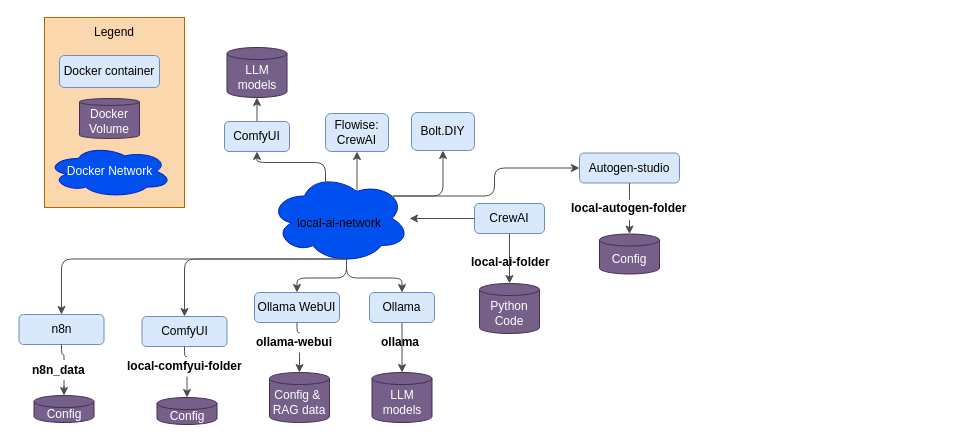
This is docs/overview.drawio from miman/docker-local-ai, a draw.io file, before an edit. Source tidied: cells renumbered, new cells numbered last; positions are measured from the earlier drawing's top-left corner, leaving out a move shared by most shapes. Both pictures are drawn from the tidied source at 100%, with x=0, y=0 at pixel (19, 17).
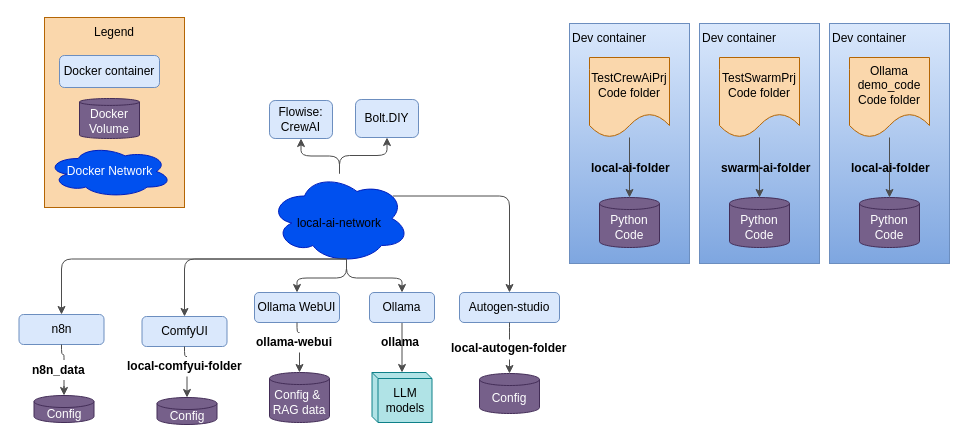
Above is the later version.

The change refers to these unchanged cells:
```xml
<mxCell id="11" style="ellipse;shape=cloud;whiteSpace=wrap;html=1;align=left;fillColor=#0050ef;fontColor=#ffffff;strokeColor=#001DBC;" parent="1" vertex="1">
  <mxGeometry x="250" y="156" width="140" height="90" as="geometry" />
</mxCell>
```

What changed in the source:
```diff
@@
+    <mxCell id="55" style="rounded=0;whiteSpace=wrap;html=1;fillColor=#dae8fc;strokeColor=#6c8ebf;gradientColor=#7ea6e0;" parent="1" vertex="1">
+      <mxGeometry x="550" y="6" width="120" height="240" as="geometry" />
+    </mxCell>
@@
-    <mxCell id="5" style="edgeStyle=orthogonalEdgeStyle;html=1;entryX=0.5;entryY=0;entryDx=0;entryDy=0;entryPerimeter=0;strokeColor=#4D4D4D;labelBackgroundColor=none;fontColor=#000000;" parent="1" edge="1" source="7" target="8">
+    <mxCell id="5" style="edgeStyle=orthogonalEdgeStyle;html=1;entryX=0.5;entryY=0;entryDx=0;entryDy=0;entryPerimeter=0;strokeColor=#4D4D4D;labelBackgroundColor=none;fontColor=#000000;" parent="1" edge="1" source="57" target="8">
       <mxGeometry y="40" relative="1" as="geometry" />
     </mxCell>
@@
-    <mxCell id="7" value="CrewAI" style="rounded=1;whiteSpace=wrap;html=1;fillColor=#dae8fc;strokeColor=#6c8ebf;fontColor=#000000;" parent="1" vertex="1">
-      <mxGeometry x="455" y="186" width="70" height="30" as="geometry" />
-    </mxCell>
     <mxCell id="8" value="Python Code" style="shape=cylinder3;whiteSpace=wrap;html=1;boundedLbl=1;backgroundOutline=1;size=6.010398864746094;fillColor=#76608a;fontColor=#ffffff;strokeColor=#432D57;" parent="1" vertex="1">
-      <mxGeometry x="460" y="266" width="60" height="50" as="geometry" />
+      <mxGeometry x="580" y="180" width="60" height="50" as="geometry" />
     </mxCell>
-    <mxCell id="9" value="LLM models" style="shape=cylinder3;whiteSpace=wrap;html=1;boundedLbl=1;backgroundOutline=1;size=6.010398864746094;fillColor=#76608a;fontColor=#ffffff;strokeColor=#432D57;" parent="1" vertex="1">
+    <mxCell id="9" value="LLM models" style="shape=cube;whiteSpace=wrap;html=1;boundedLbl=1;backgroundOutline=1;size=6.010398864746094;fillColor=#b0e3e6;strokeColor=#0e8088;" parent="1" vertex="1">
       <mxGeometry x="352.5" y="355" width="60" height="50" as="geometry" />
     </mxCell>
     <mxCell id="10" value="&lt;b&gt;local-ai-folder&lt;/b&gt;" style="text;html=1;strokeColor=none;fillColor=none;align=left;verticalAlign=middle;whiteSpace=wrap;rounded=0;fontColor=#000000;" parent="1" vertex="1">
-      <mxGeometry x="450" y="235" width="100" height="20" as="geometry" />
+      <mxGeometry x="570" y="141" width="100" height="20" as="geometry" />
     </mxCell>
@@
-    <mxCell id="12" style="edgeStyle=orthogonalEdgeStyle;html=1;entryX=1;entryY=0.5;entryDx=0;entryDy=0;strokeColor=#4D4D4D;labelBackgroundColor=none;fontColor=#000000;" parent="1" edge="1" source="7" target="11">
-      <mxGeometry y="-10" relative="1" as="geometry" />
-    </mxCell>
@@
-    <mxCell id="21" style="edgeStyle=orthogonalEdgeStyle;html=1;strokeColor=#4D4D4D;labelBackgroundColor=none;fontColor=#000000;exitX=0.625;exitY=0.2;exitDx=0;exitDy=0;exitPerimeter=0;" parent="1" edge="1" source="11" target="22">
+    <mxCell id="21" style="edgeStyle=orthogonalEdgeStyle;html=1;strokeColor=#4D4D4D;labelBackgroundColor=none;fontColor=#000000;" parent="1" edge="1" source="11" target="22">
       <mxGeometry y="40" relative="1" as="geometry" />
     </mxCell>
     <mxCell id="22" value="Flowise:&lt;br&gt;CrewAI" style="rounded=1;whiteSpace=wrap;html=1;fillColor=#dae8fc;strokeColor=#6c8ebf;fontColor=#000000;" parent="1" vertex="1">
-      <mxGeometry x="306" y="96" width="63" height="38" as="geometry" />
+      <mxGeometry x="250" y="83" width="63" height="38" as="geometry" />
     </mxCell>
     <mxCell id="23" style="edgeStyle=orthogonalEdgeStyle;html=1;entryX=0.5;entryY=0;entryDx=0;entryDy=0;entryPerimeter=0;strokeColor=#4D4D4D;startArrow=none;" parent="1" edge="1" target="25">
       <mxGeometry relative="1" as="geometry">
-        <mxPoint x="610" y="202.5" as="sourcePoint" />
+        <mxPoint x="490" y="342" as="sourcePoint" />
       </mxGeometry>
     </mxCell>
     <mxCell id="24" value="Autogen-studio" style="rounded=1;whiteSpace=wrap;html=1;fillColor=#dae8fc;strokeColor=#6c8ebf;fontColor=#000000;" parent="1" vertex="1">
-      <mxGeometry x="560" y="135.5" width="100" height="30" as="geometry" />
+      <mxGeometry x="440" y="275" width="100" height="30" as="geometry" />
     </mxCell>
     <mxCell id="25" value="Config" style="shape=cylinder3;whiteSpace=wrap;html=1;boundedLbl=1;backgroundOutline=1;size=6.010398864746094;fillColor=#76608a;fontColor=#ffffff;strokeColor=#432D57;" parent="1" vertex="1">
-      <mxGeometry x="580" y="216.5" width="60" height="40" as="geometry" />
+      <mxGeometry x="460" y="356" width="60" height="40" as="geometry" />
     </mxCell>
@@
     <mxCell id="30" style="edgeStyle=orthogonalEdgeStyle;html=1;entryX=0.5;entryY=0;entryDx=0;entryDy=0;entryPerimeter=0;strokeColor=#4D4D4D;endArrow=none;" parent="1" edge="1" source="24">
       <mxGeometry relative="1" as="geometry">
-        <mxPoint x="610" y="182.5" as="targetPoint" />
+        <mxPoint x="490" y="322" as="targetPoint" />
       </mxGeometry>
     </mxCell>
     <mxCell id="31" value="&lt;b&gt;local-autogen-folder&lt;/b&gt;" style="text;html=1;strokeColor=none;fillColor=none;align=left;verticalAlign=middle;whiteSpace=wrap;rounded=0;fontColor=#000000;" parent="1" vertex="1">
-      <mxGeometry x="550" y="181" width="120" height="20" as="geometry" />
+      <mxGeometry x="430" y="320.5" width="120" height="20" as="geometry" />
     </mxCell>
@@
-    <mxCell id="35" style="edgeStyle=orthogonalEdgeStyle;html=1;strokeColor=#4D4D4D;" parent="1" edge="1" source="36" target="38">
-      <mxGeometry relative="1" as="geometry" />
-    </mxCell>
-    <mxCell id="36" value="ComfyUI" style="rounded=1;whiteSpace=wrap;html=1;fillColor=#dae8fc;strokeColor=#6c8ebf;fontColor=#000000;" parent="1" vertex="1">
-      <mxGeometry x="205" y="104" width="65" height="30" as="geometry" />
-    </mxCell>
-    <mxCell id="37" style="edgeStyle=orthogonalEdgeStyle;html=1;strokeColor=#4D4D4D;labelBackgroundColor=none;fontColor=#000000;exitX=0.4;exitY=0.1;exitDx=0;exitDy=0;exitPerimeter=0;" parent="1" edge="1" source="11" target="36">
-      <mxGeometry y="-10" relative="1" as="geometry" />
-    </mxCell>
-    <mxCell id="38" value="LLM models" style="shape=cylinder3;whiteSpace=wrap;html=1;boundedLbl=1;backgroundOutline=1;size=6.010398864746094;fillColor=#76608a;fontColor=#ffffff;strokeColor=#432D57;" parent="1" vertex="1">
-      <mxGeometry x="207.5" y="30" width="60" height="50" as="geometry" />
-    </mxCell>
@@
-    <mxCell id="40" style="edgeStyle=orthogonalEdgeStyle;html=1;strokeColor=#4D4D4D;labelBackgroundColor=none;fontColor=#000000;exitX=0.88;exitY=0.25;exitDx=0;exitDy=0;exitPerimeter=0;" parent="1" edge="1" source="11" target="41">
+    <mxCell id="40" style="edgeStyle=orthogonalEdgeStyle;html=1;strokeColor=#4D4D4D;labelBackgroundColor=none;fontColor=#000000;" parent="1" edge="1" source="11" target="41">
       <mxGeometry y="40" relative="1" as="geometry" />
     </mxCell>
     <mxCell id="41" value="Bolt.DIY" style="rounded=1;whiteSpace=wrap;html=1;fillColor=#dae8fc;strokeColor=#6c8ebf;fontColor=#000000;" parent="1" vertex="1">
-      <mxGeometry x="392" y="95" width="63" height="38" as="geometry" />
+      <mxGeometry x="336" y="82" width="63" height="38" as="geometry" />
     </mxCell>
@@
+    <mxCell id="56" value="Dev container" style="text;html=1;align=center;verticalAlign=middle;whiteSpace=wrap;rounded=0;" parent="1" vertex="1">
+      <mxGeometry x="550" y="6" width="80" height="30" as="geometry" />
+    </mxCell>
+    <mxCell id="57" value="TestCrewAiPrj Code folder" style="shape=document;whiteSpace=wrap;html=1;boundedLbl=1;fillColor=#fad7ac;strokeColor=#b46504;" parent="1" vertex="1">
+      <mxGeometry x="570" y="40" width="80" height="80" as="geometry" />
+    </mxCell>
+    <mxCell id="58" style="rounded=0;whiteSpace=wrap;html=1;fillColor=#dae8fc;strokeColor=#6c8ebf;gradientColor=#7ea6e0;" parent="1" vertex="1">
+      <mxGeometry x="680" y="6" width="120" height="240" as="geometry" />
+    </mxCell>
+    <mxCell id="59" style="edgeStyle=orthogonalEdgeStyle;html=1;entryX=0.5;entryY=0;entryDx=0;entryDy=0;entryPerimeter=0;strokeColor=#4D4D4D;labelBackgroundColor=none;fontColor=#000000;" parent="1" edge="1" source="63" target="60">
+      <mxGeometry y="40" relative="1" as="geometry" />
+    </mxCell>
+    <mxCell id="60" value="Python Code" style="shape=cylinder3;whiteSpace=wrap;html=1;boundedLbl=1;backgroundOutline=1;size=6.010398864746094;fillColor=#76608a;fontColor=#ffffff;strokeColor=#432D57;" parent="1" vertex="1">
+      <mxGeometry x="710" y="180" width="60" height="50" as="geometry" />
+    </mxCell>
+    <mxCell id="61" value="&lt;b&gt;swarm-ai-folder&lt;/b&gt;" style="text;html=1;strokeColor=none;fillColor=none;align=left;verticalAlign=middle;whiteSpace=wrap;rounded=0;fontColor=#000000;" parent="1" vertex="1">
+      <mxGeometry x="700" y="141" width="100" height="20" as="geometry" />
+    </mxCell>
+    <mxCell id="62" value="Dev container" style="text;html=1;align=center;verticalAlign=middle;whiteSpace=wrap;rounded=0;" parent="1" vertex="1">
+      <mxGeometry x="680" y="6" width="80" height="30" as="geometry" />
+    </mxCell>
+    <mxCell id="63" value="TestSwarmPrj Code folder" style="shape=document;whiteSpace=wrap;html=1;boundedLbl=1;fillColor=#fad7ac;strokeColor=#b46504;" parent="1" vertex="1">
+      <mxGeometry x="700" y="40" width="80" height="80" as="geometry" />
+    </mxCell>
+    <mxCell id="64" style="rounded=0;whiteSpace=wrap;html=1;fillColor=#dae8fc;strokeColor=#6c8ebf;gradientColor=#7ea6e0;" parent="1" vertex="1">
+      <mxGeometry x="810" y="6" width="120" height="240" as="geometry" />
+    </mxCell>
+    <mxCell id="65" style="edgeStyle=orthogonalEdgeStyle;html=1;entryX=0.5;entryY=0;entryDx=0;entryDy=0;entryPerimeter=0;strokeColor=#4D4D4D;labelBackgroundColor=none;fontColor=#000000;" parent="1" edge="1" source="69" target="66">
+      <mxGeometry y="40" relative="1" as="geometry" />
+    </mxCell>
+    <mxCell id="66" value="Python Code" style="shape=cylinder3;whiteSpace=wrap;html=1;boundedLbl=1;backgroundOutline=1;size=6.010398864746094;fillColor=#76608a;fontColor=#ffffff;strokeColor=#432D57;" parent="1" vertex="1">
+      <mxGeometry x="840" y="180" width="60" height="50" as="geometry" />
+    </mxCell>
+    <mxCell id="67" value="&lt;b&gt;local-ai-folder&lt;/b&gt;" style="text;html=1;strokeColor=none;fillColor=none;align=left;verticalAlign=middle;whiteSpace=wrap;rounded=0;fontColor=#000000;" parent="1" vertex="1">
+      <mxGeometry x="830" y="141" width="100" height="20" as="geometry" />
+    </mxCell>
+    <mxCell id="68" value="Dev container" style="text;html=1;align=center;verticalAlign=middle;whiteSpace=wrap;rounded=0;" parent="1" vertex="1">
+      <mxGeometry x="810" y="6" width="80" height="30" as="geometry" />
+    </mxCell>
+    <mxCell id="69" value="Ollama demo_code Code folder" style="shape=document;whiteSpace=wrap;html=1;boundedLbl=1;fillColor=#fad7ac;strokeColor=#b46504;" parent="1" vertex="1">
+      <mxGeometry x="830" y="40" width="80" height="80" as="geometry" />
+    </mxCell>
```
